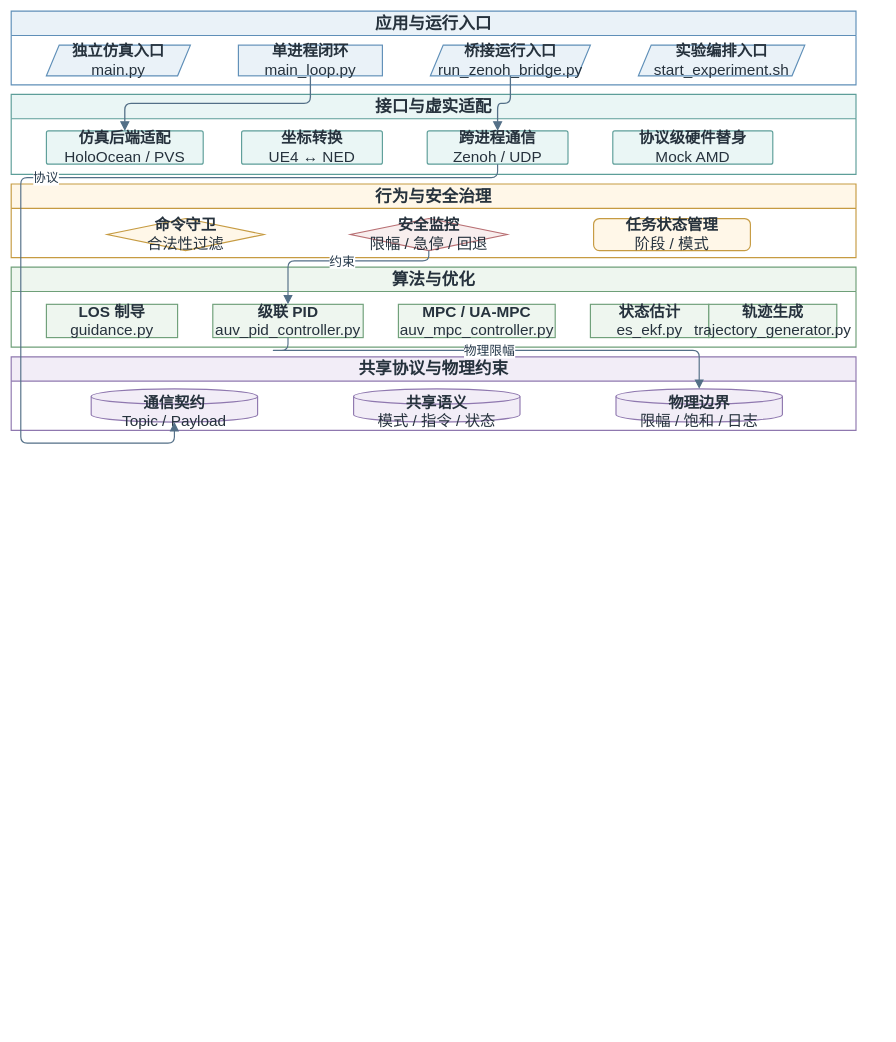
Above: thesis/figures/architecture/auv_code_layer_architecture.drawio in 360ZMEM/AUV-Master-Mag (draw.io), before the change. Source tidied: cells renumbered, new cells numbered last; positions are measured from the earlier drawing's top-left corner, leaving out a move shared by most shapes. Both pictures are drawn from the tidied source at 64%, with x=0, y=0 at pixel (11, 11).
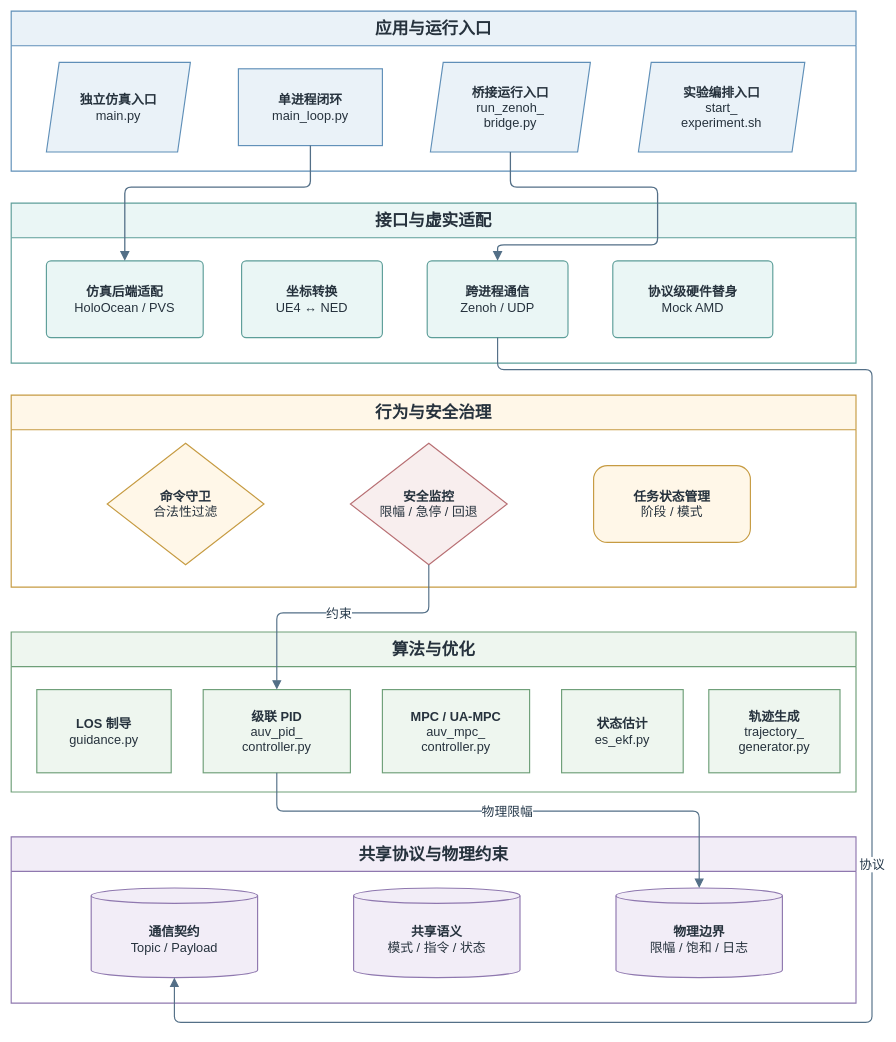
The same page after the edit.

Change to the diagram source:
```diff
@@
-    <mxCell id="2" value="应用与运行入口" style="swimlane;whiteSpace=wrap;html=1;startSize=38;rounded=0;fillColor=#EAF2F8;strokeColor=#5F8FB8;strokeWidth=1.8;fontFamily=Songti SC;fontSize=26;fontStyle=1;fontColor=#26323D;" parent="1" vertex="1">
-      <mxGeometry width="1320" height="115" as="geometry" />
+    <mxCell id="2" value="应用与运行入口" style="swimlane;whiteSpace=wrap;html=1;startSize=54;rounded=0;fillColor=#EAF2F8;strokeColor=#5F8FB8;strokeWidth=1.8;fontFamily=Songti SC;fontSize=26;fontStyle=1;fontColor=#26323D;" parent="1" vertex="1">
+      <mxGeometry width="1320" height="250" as="geometry" />
     </mxCell>
-    <mxCell id="3" value="接口与虚实适配" style="swimlane;whiteSpace=wrap;html=1;startSize=38;rounded=0;fillColor=#EAF6F5;strokeColor=#5D9E99;strokeWidth=1.8;fontFamily=Songti SC;fontSize=26;fontStyle=1;fontColor=#26323D;" parent="1" vertex="1">
-      <mxGeometry y="130" width="1320" height="125" as="geometry" />
+    <mxCell id="3" value="接口与虚实适配" style="swimlane;whiteSpace=wrap;html=1;startSize=54;rounded=0;fillColor=#EAF6F5;strokeColor=#5D9E99;strokeWidth=1.8;fontFamily=Songti SC;fontSize=26;fontStyle=1;fontColor=#26323D;" parent="1" vertex="1">
+      <mxGeometry y="300" width="1320" height="250" as="geometry" />
     </mxCell>
-    <mxCell id="4" value="行为与安全治理" style="swimlane;whiteSpace=wrap;html=1;startSize=38;rounded=0;fillColor=#FFF7E8;strokeColor=#C69B42;strokeWidth=1.8;fontFamily=Songti SC;fontSize=26;fontStyle=1;fontColor=#26323D;" parent="1" vertex="1">
-      <mxGeometry y="270" width="1320" height="115" as="geometry" />
+    <mxCell id="4" value="行为与安全治理" style="swimlane;whiteSpace=wrap;html=1;startSize=54;rounded=0;fillColor=#FFF7E8;strokeColor=#C69B42;strokeWidth=1.8;fontFamily=Songti SC;fontSize=26;fontStyle=1;fontColor=#26323D;" parent="1" vertex="1">
+      <mxGeometry y="600" width="1320" height="300" as="geometry" />
     </mxCell>
-    <mxCell id="5" value="算法与优化" style="swimlane;whiteSpace=wrap;html=1;startSize=38;rounded=0;fillColor=#EEF6EF;strokeColor=#6E9F78;strokeWidth=1.8;fontFamily=Songti SC;fontSize=26;fontStyle=1;fontColor=#26323D;" parent="1" vertex="1">
-      <mxGeometry y="400" width="1320" height="125" as="geometry" />
+    <mxCell id="5" value="算法与优化" style="swimlane;whiteSpace=wrap;html=1;startSize=54;rounded=0;fillColor=#EEF6EF;strokeColor=#6E9F78;strokeWidth=1.8;fontFamily=Songti SC;fontSize=26;fontStyle=1;fontColor=#26323D;" parent="1" vertex="1">
+      <mxGeometry y="970" width="1320" height="250" as="geometry" />
     </mxCell>
-    <mxCell id="6" value="共享协议与物理约束" style="swimlane;whiteSpace=wrap;html=1;startSize=38;rounded=0;fillColor=#F2EDF7;strokeColor=#8F78AF;strokeWidth=1.8;fontFamily=Songti SC;fontSize=26;fontStyle=1;fontColor=#26323D;" parent="1" vertex="1">
-      <mxGeometry y="540" width="1320" height="115" as="geometry" />
+    <mxCell id="6" value="共享协议与物理约束" style="swimlane;whiteSpace=wrap;html=1;startSize=54;rounded=0;fillColor=#F2EDF7;strokeColor=#8F78AF;strokeWidth=1.8;fontFamily=Songti SC;fontSize=26;fontStyle=1;fontColor=#26323D;" parent="1" vertex="1">
+      <mxGeometry y="1290" width="1320" height="260" as="geometry" />
     </mxCell>
-    <mxCell id="7" value="&lt;b&gt;独立仿真入口&lt;/b&gt;&lt;br&gt;main.py" style="shape=parallelogram;perimeter=parallelogramPerimeter;fixedSize=1;whiteSpace=wrap;html=1;align=center;verticalAlign=middle;fillColor=#EAF2F8;strokeColor=#5F8FB8;strokeWidth=1.8;spacing=8;fontFamily=Songti SC;fontSize=24;fontColor=#26323D;" parent="2" vertex="1">
-      <mxGeometry x="55" y="53" width="225" height="48" as="geometry" />
+    <mxCell id="7" value="&lt;b&gt;独立仿真入口&lt;/b&gt;&lt;br&gt;main.py" style="shape=parallelogram;perimeter=parallelogramPerimeter;fixedSize=1;whiteSpace=wrap;html=1;align=center;verticalAlign=middle;fillColor=#EAF2F8;strokeColor=#5F8FB8;strokeWidth=1.8;spacing=8;fontFamily=Songti SC;fontSize=24;fontColor=#26323D;fontSize=20;" parent="2" vertex="1">
+      <mxGeometry x="55" y="80" width="225" height="140" as="geometry" />
     </mxCell>
-    <mxCell id="8" value="&lt;b&gt;单进程闭环&lt;/b&gt;&lt;br&gt;main_loop.py" style="rounded=0;whiteSpace=wrap;html=1;align=center;verticalAlign=middle;fillColor=#EAF2F8;strokeColor=#5F8FB8;strokeWidth=1.8;spacing=8;fontFamily=Songti SC;fontSize=24;fontColor=#26323D;" parent="2" vertex="1">
-      <mxGeometry x="355" y="53" width="225" height="48" as="geometry" />
+    <mxCell id="8" value="&lt;b&gt;单进程闭环&lt;/b&gt;&lt;br&gt;main_loop.py" style="rounded=0;whiteSpace=wrap;html=1;align=center;verticalAlign=middle;fillColor=#EAF2F8;strokeColor=#5F8FB8;strokeWidth=1.8;spacing=8;fontFamily=Songti SC;fontSize=24;fontColor=#26323D;fontSize=20;" parent="2" vertex="1">
+      <mxGeometry x="355" y="90" width="225" height="120" as="geometry" />
     </mxCell>
-    <mxCell id="9" value="&lt;b&gt;桥接运行入口&lt;/b&gt;&lt;br&gt;run_zenoh_bridge.py" style="shape=parallelogram;perimeter=parallelogramPerimeter;fixedSize=1;whiteSpace=wrap;html=1;align=center;verticalAlign=middle;fillColor=#EAF2F8;strokeColor=#5F8FB8;strokeWidth=1.8;spacing=8;fontFamily=Songti SC;fontSize=24;fontColor=#26323D;" parent="2" vertex="1">
-      <mxGeometry x="655" y="53" width="250" height="48" as="geometry" />
+    <mxCell id="9" value="&lt;b&gt;桥接运行入口&lt;/b&gt;&lt;br&gt;run_zenoh_&lt;br&gt;bridge.py" style="shape=parallelogram;perimeter=parallelogramPerimeter;fixedSize=1;whiteSpace=wrap;html=1;align=center;verticalAlign=middle;fillColor=#EAF2F8;strokeColor=#5F8FB8;strokeWidth=1.8;spacing=8;fontFamily=Songti SC;fontSize=24;fontColor=#26323D;fontSize=20;" parent="2" vertex="1">
+      <mxGeometry x="655" y="80" width="250" height="140" as="geometry" />
     </mxCell>
-    <mxCell id="10" value="&lt;b&gt;实验编排入口&lt;/b&gt;&lt;br&gt;start_experiment.sh" style="shape=parallelogram;perimeter=parallelogramPerimeter;fixedSize=1;whiteSpace=wrap;html=1;align=center;verticalAlign=middle;fillColor=#EAF2F8;strokeColor=#5F8FB8;strokeWidth=1.8;spacing=8;fontFamily=Songti SC;fontSize=24;fontColor=#26323D;" parent="2" vertex="1">
-      <mxGeometry x="980" y="53" width="260" height="48" as="geometry" />
+    <mxCell id="10" value="&lt;b&gt;实验编排入口&lt;/b&gt;&lt;br&gt;start_&lt;br&gt;experiment.sh" style="shape=parallelogram;perimeter=parallelogramPerimeter;fixedSize=1;whiteSpace=wrap;html=1;align=center;verticalAlign=middle;fillColor=#EAF2F8;strokeColor=#5F8FB8;strokeWidth=1.8;spacing=8;fontFamily=Songti SC;fontSize=24;fontColor=#26323D;fontSize=20;" parent="2" vertex="1">
+      <mxGeometry x="980" y="80" width="260" height="140" as="geometry" />
     </mxCell>
-    <mxCell id="11" value="&lt;b&gt;仿真后端适配&lt;/b&gt;&lt;br&gt;HoloOcean / PVS" style="rounded=1;arcSize=6;whiteSpace=wrap;html=1;align=center;verticalAlign=middle;fillColor=#EAF6F5;strokeColor=#5D9E99;strokeWidth=1.8;spacing=8;fontFamily=Songti SC;fontSize=24;fontColor=#26323D;" parent="3" vertex="1">
-      <mxGeometry x="55" y="57" width="245" height="52" as="geometry" />
+    <mxCell id="11" value="&lt;b&gt;仿真后端适配&lt;/b&gt;&lt;br&gt;HoloOcean / PVS" style="rounded=1;arcSize=6;whiteSpace=wrap;html=1;align=center;verticalAlign=middle;fillColor=#EAF6F5;strokeColor=#5D9E99;strokeWidth=1.8;spacing=8;fontFamily=Songti SC;fontSize=24;fontColor=#26323D;fontSize=20;" parent="3" vertex="1">
+      <mxGeometry x="55" y="90" width="245" height="120" as="geometry" />
     </mxCell>
-    <mxCell id="12" value="&lt;b&gt;坐标转换&lt;/b&gt;&lt;br&gt;UE4 ↔ NED" style="rounded=1;arcSize=6;whiteSpace=wrap;html=1;align=center;verticalAlign=middle;fillColor=#EAF6F5;strokeColor=#5D9E99;strokeWidth=1.8;spacing=8;fontFamily=Songti SC;fontSize=24;fontColor=#26323D;" parent="3" vertex="1">
-      <mxGeometry x="360" y="57" width="220" height="52" as="geometry" />
+    <mxCell id="12" value="&lt;b&gt;坐标转换&lt;/b&gt;&lt;br&gt;UE4 ↔ NED" style="rounded=1;arcSize=6;whiteSpace=wrap;html=1;align=center;verticalAlign=middle;fillColor=#EAF6F5;strokeColor=#5D9E99;strokeWidth=1.8;spacing=8;fontFamily=Songti SC;fontSize=24;fontColor=#26323D;fontSize=20;" parent="3" vertex="1">
+      <mxGeometry x="360" y="90" width="220" height="120" as="geometry" />
     </mxCell>
-    <mxCell id="13" value="&lt;b&gt;跨进程通信&lt;/b&gt;&lt;br&gt;Zenoh / UDP" style="rounded=1;arcSize=6;whiteSpace=wrap;html=1;align=center;verticalAlign=middle;fillColor=#EAF6F5;strokeColor=#5D9E99;strokeWidth=1.8;spacing=8;fontFamily=Songti SC;fontSize=24;fontColor=#26323D;" parent="3" vertex="1">
-      <mxGeometry x="650" y="57" width="220" height="52" as="geometry" />
+    <mxCell id="13" value="&lt;b&gt;跨进程通信&lt;/b&gt;&lt;br&gt;Zenoh / UDP" style="rounded=1;arcSize=6;whiteSpace=wrap;html=1;align=center;verticalAlign=middle;fillColor=#EAF6F5;strokeColor=#5D9E99;strokeWidth=1.8;spacing=8;fontFamily=Songti SC;fontSize=24;fontColor=#26323D;fontSize=20;" parent="3" vertex="1">
+      <mxGeometry x="650" y="90" width="220" height="120" as="geometry" />
     </mxCell>
-    <mxCell id="14" value="&lt;b&gt;协议级硬件替身&lt;/b&gt;&lt;br&gt;Mock AMD" style="rounded=1;arcSize=6;whiteSpace=wrap;html=1;align=center;verticalAlign=middle;fillColor=#EAF6F5;strokeColor=#5D9E99;strokeWidth=1.8;spacing=8;fontFamily=Songti SC;fontSize=24;fontColor=#26323D;" parent="3" vertex="1">
-      <mxGeometry x="940" y="57" width="250" height="52" as="geometry" />
+    <mxCell id="14" value="&lt;b&gt;协议级硬件替身&lt;/b&gt;&lt;br&gt;Mock AMD" style="rounded=1;arcSize=6;whiteSpace=wrap;html=1;align=center;verticalAlign=middle;fillColor=#EAF6F5;strokeColor=#5D9E99;strokeWidth=1.8;spacing=8;fontFamily=Songti SC;fontSize=24;fontColor=#26323D;fontSize=20;" parent="3" vertex="1">
+      <mxGeometry x="940" y="90" width="250" height="120" as="geometry" />
     </mxCell>
-    <mxCell id="15" value="&lt;b&gt;命令守卫&lt;/b&gt;&lt;br&gt;合法性过滤" style="rhombus;whiteSpace=wrap;html=1;align=center;verticalAlign=middle;fillColor=#FFF7E8;strokeColor=#C69B42;strokeWidth=1.8;spacing=8;fontFamily=Songti SC;fontSize=24;fontColor=#26323D;" parent="4" vertex="1">
-      <mxGeometry x="150" y="54" width="245" height="50" as="geometry" />
+    <mxCell id="15" value="&lt;b&gt;命令守卫&lt;/b&gt;&lt;br&gt;合法性过滤" style="rhombus;whiteSpace=wrap;html=1;align=center;verticalAlign=middle;fillColor=#FFF7E8;strokeColor=#C69B42;strokeWidth=1.8;spacing=8;fontFamily=Songti SC;fontSize=24;fontColor=#26323D;fontSize=20;" parent="4" vertex="1">
+      <mxGeometry x="150" y="75" width="245" height="190" as="geometry" />
     </mxCell>
-    <mxCell id="16" value="&lt;b&gt;安全监控&lt;/b&gt;&lt;br&gt;限幅 / 急停 / 回退" style="rhombus;whiteSpace=wrap;html=1;align=center;verticalAlign=middle;fillColor=#F8EEEE;strokeColor=#B86F73;strokeWidth=1.8;spacing=8;fontFamily=Songti SC;fontSize=24;fontColor=#26323D;" parent="4" vertex="1">
-      <mxGeometry x="530" y="54" width="245" height="50" as="geometry" />
+    <mxCell id="16" value="&lt;b&gt;安全监控&lt;/b&gt;&lt;br&gt;限幅 / 急停 / 回退" style="rhombus;whiteSpace=wrap;html=1;align=center;verticalAlign=middle;fillColor=#F8EEEE;strokeColor=#B86F73;strokeWidth=1.8;spacing=8;fontFamily=Songti SC;fontSize=24;fontColor=#26323D;fontSize=20;" parent="4" vertex="1">
+      <mxGeometry x="530" y="75" width="245" height="190" as="geometry" />
     </mxCell>
-    <mxCell id="17" value="&lt;b&gt;任务状态管理&lt;/b&gt;&lt;br&gt;阶段 / 模式" style="rounded=1;arcSize=18;whiteSpace=wrap;html=1;align=center;verticalAlign=middle;fillColor=#FFF7E8;strokeColor=#C69B42;strokeWidth=1.8;spacing=8;fontFamily=Songti SC;fontSize=24;fontColor=#26323D;" parent="4" vertex="1">
-      <mxGeometry x="910" y="54" width="245" height="50" as="geometry" />
+    <mxCell id="17" value="&lt;b&gt;任务状态管理&lt;/b&gt;&lt;br&gt;阶段 / 模式" style="rounded=1;arcSize=18;whiteSpace=wrap;html=1;align=center;verticalAlign=middle;fillColor=#FFF7E8;strokeColor=#C69B42;strokeWidth=1.8;spacing=8;fontFamily=Songti SC;fontSize=24;fontColor=#26323D;fontSize=20;" parent="4" vertex="1">
+      <mxGeometry x="910" y="110" width="245" height="120" as="geometry" />
     </mxCell>
-    <mxCell id="18" value="&lt;b&gt;LOS 制导&lt;/b&gt;&lt;br&gt;guidance.py" style="rounded=0;whiteSpace=wrap;html=1;align=center;verticalAlign=middle;fillColor=#EEF6EF;strokeColor=#6E9F78;strokeWidth=1.8;spacing=8;fontFamily=Songti SC;fontSize=24;fontColor=#26323D;" parent="5" vertex="1">
-      <mxGeometry x="55" y="58" width="205" height="52" as="geometry" />
+    <mxCell id="18" value="&lt;b&gt;LOS 制导&lt;/b&gt;&lt;br&gt;guidance.py" style="rounded=0;whiteSpace=wrap;html=1;align=center;verticalAlign=middle;fillColor=#EEF6EF;strokeColor=#6E9F78;strokeWidth=1.8;spacing=8;fontFamily=Songti SC;fontSize=24;fontColor=#26323D;fontSize=20;" parent="5" vertex="1">
+      <mxGeometry x="40" y="90" width="210" height="130" as="geometry" />
     </mxCell>
-    <mxCell id="19" value="&lt;b&gt;级联 PID&lt;/b&gt;&lt;br&gt;auv_pid_controller.py" style="rounded=0;whiteSpace=wrap;html=1;align=center;verticalAlign=middle;fillColor=#EEF6EF;strokeColor=#6E9F78;strokeWidth=1.8;spacing=8;fontFamily=Songti SC;fontSize=24;fontColor=#26323D;" parent="5" vertex="1">
-      <mxGeometry x="315" y="58" width="235" height="52" as="geometry" />
+    <mxCell id="19" value="&lt;b&gt;级联 PID&lt;/b&gt;&lt;br&gt;auv_pid_&lt;br&gt;controller.py" style="rounded=0;whiteSpace=wrap;html=1;align=center;verticalAlign=middle;fillColor=#EEF6EF;strokeColor=#6E9F78;strokeWidth=1.8;spacing=8;fontFamily=Songti SC;fontSize=24;fontColor=#26323D;fontSize=20;" parent="5" vertex="1">
+      <mxGeometry x="300" y="90" width="230" height="130" as="geometry" />
     </mxCell>
-    <mxCell id="20" value="&lt;b&gt;MPC / UA-MPC&lt;/b&gt;&lt;br&gt;auv_mpc_controller.py" style="rounded=0;whiteSpace=wrap;html=1;align=center;verticalAlign=middle;fillColor=#EEF6EF;strokeColor=#6E9F78;strokeWidth=1.8;spacing=8;fontFamily=Songti SC;fontSize=24;fontColor=#26323D;" parent="5" vertex="1">
-      <mxGeometry x="605" y="58" width="245" height="52" as="geometry" />
+    <mxCell id="20" value="&lt;b&gt;MPC / UA-MPC&lt;/b&gt;&lt;br&gt;auv_mpc_&lt;br&gt;controller.py" style="rounded=0;whiteSpace=wrap;html=1;align=center;verticalAlign=middle;fillColor=#EEF6EF;strokeColor=#6E9F78;strokeWidth=1.8;spacing=8;fontFamily=Songti SC;fontSize=24;fontColor=#26323D;fontSize=20;" parent="5" vertex="1">
+      <mxGeometry x="580" y="90" width="230" height="130" as="geometry" />
     </mxCell>
-    <mxCell id="21" value="&lt;b&gt;状态估计&lt;/b&gt;&lt;br&gt;es_ekf.py" style="rounded=0;whiteSpace=wrap;html=1;align=center;verticalAlign=middle;fillColor=#EEF6EF;strokeColor=#6E9F78;strokeWidth=1.8;spacing=8;fontFamily=Songti SC;fontSize=24;fontColor=#26323D;" parent="5" vertex="1">
-      <mxGeometry x="905" y="58" width="185" height="52" as="geometry" />
+    <mxCell id="21" value="&lt;b&gt;状态估计&lt;/b&gt;&lt;br&gt;es_ekf.py" style="rounded=0;whiteSpace=wrap;html=1;align=center;verticalAlign=middle;fillColor=#EEF6EF;strokeColor=#6E9F78;strokeWidth=1.8;spacing=8;fontFamily=Songti SC;fontSize=24;fontColor=#26323D;fontSize=20;" parent="5" vertex="1">
+      <mxGeometry x="860" y="90" width="190" height="130" as="geometry" />
     </mxCell>
-    <mxCell id="22" value="&lt;b&gt;轨迹生成&lt;/b&gt;&lt;br&gt;trajectory_generator.py" style="rounded=0;whiteSpace=wrap;html=1;align=center;verticalAlign=middle;fillColor=#EEF6EF;strokeColor=#6E9F78;strokeWidth=1.8;spacing=8;fontFamily=Songti SC;fontSize=24;fontColor=#26323D;" parent="5" vertex="1">
-      <mxGeometry x="1090" y="58" width="200" height="52" as="geometry" />
+    <mxCell id="22" value="&lt;b&gt;轨迹生成&lt;/b&gt;&lt;br&gt;trajectory_&lt;br&gt;generator.py" style="rounded=0;whiteSpace=wrap;html=1;align=center;verticalAlign=middle;fillColor=#EEF6EF;strokeColor=#6E9F78;strokeWidth=1.8;spacing=8;fontFamily=Songti SC;fontSize=24;fontColor=#26323D;fontSize=20;" parent="5" vertex="1">
+      <mxGeometry x="1090" y="90" width="205" height="130" as="geometry" />
     </mxCell>
-    <mxCell id="23" value="&lt;b&gt;通信契约&lt;/b&gt;&lt;br&gt;Topic / Payload" style="shape=cylinder3;boundedLbl=1;backgroundOutline=1;size=12;whiteSpace=wrap;html=1;align=center;verticalAlign=middle;fillColor=#F2EDF7;strokeColor=#8F78AF;strokeWidth=1.8;spacing=8;fontFamily=Songti SC;fontSize=24;fontColor=#26323D;" parent="6" vertex="1">
-      <mxGeometry x="125" y="50" width="260" height="52" as="geometry" />
+    <mxCell id="23" value="&lt;b&gt;通信契约&lt;/b&gt;&lt;br&gt;Topic / Payload" style="shape=cylinder3;boundedLbl=1;backgroundOutline=1;size=12;whiteSpace=wrap;html=1;align=center;verticalAlign=middle;fillColor=#F2EDF7;strokeColor=#8F78AF;strokeWidth=1.8;spacing=8;fontFamily=Songti SC;fontSize=24;fontColor=#26323D;fontSize=20;" parent="6" vertex="1">
+      <mxGeometry x="125" y="80" width="260" height="140" as="geometry" />
     </mxCell>
-    <mxCell id="24" value="&lt;b&gt;共享语义&lt;/b&gt;&lt;br&gt;模式 / 指令 / 状态" style="shape=cylinder3;boundedLbl=1;backgroundOutline=1;size=12;whiteSpace=wrap;html=1;align=center;verticalAlign=middle;fillColor=#F2EDF7;strokeColor=#8F78AF;strokeWidth=1.8;spacing=8;fontFamily=Songti SC;fontSize=24;fontColor=#26323D;" parent="6" vertex="1">
-      <mxGeometry x="535" y="50" width="260" height="52" as="geometry" />
+    <mxCell id="24" value="&lt;b&gt;共享语义&lt;/b&gt;&lt;br&gt;模式 / 指令 / 状态" style="shape=cylinder3;boundedLbl=1;backgroundOutline=1;size=12;whiteSpace=wrap;html=1;align=center;verticalAlign=middle;fillColor=#F2EDF7;strokeColor=#8F78AF;strokeWidth=1.8;spacing=8;fontFamily=Songti SC;fontSize=24;fontColor=#26323D;fontSize=20;" parent="6" vertex="1">
+      <mxGeometry x="535" y="80" width="260" height="140" as="geometry" />
     </mxCell>
-    <mxCell id="25" value="&lt;b&gt;物理边界&lt;/b&gt;&lt;br&gt;限幅 / 饱和 / 日志" style="shape=cylinder3;boundedLbl=1;backgroundOutline=1;size=12;whiteSpace=wrap;html=1;align=center;verticalAlign=middle;fillColor=#F2EDF7;strokeColor=#8F78AF;strokeWidth=1.8;spacing=8;fontFamily=Songti SC;fontSize=24;fontColor=#26323D;" parent="6" vertex="1">
-      <mxGeometry x="945" y="50" width="260" height="52" as="geometry" />
+    <mxCell id="25" value="&lt;b&gt;物理边界&lt;/b&gt;&lt;br&gt;限幅 / 饱和 / 日志" style="shape=cylinder3;boundedLbl=1;backgroundOutline=1;size=12;whiteSpace=wrap;html=1;align=center;verticalAlign=middle;fillColor=#F2EDF7;strokeColor=#8F78AF;strokeWidth=1.8;spacing=8;fontFamily=Songti SC;fontSize=24;fontColor=#26323D;fontSize=20;" parent="6" vertex="1">
+      <mxGeometry x="945" y="80" width="260" height="140" as="geometry" />
     </mxCell>
     <mxCell id="26" style="edgeStyle=orthogonalEdgeStyle;rounded=1;jettySize=auto;html=1;strokeColor=#536F87;strokeWidth=2.0;fontFamily=Songti SC;fontSize=20;fontStyle=1;fontColor=#25384A;labelBackgroundColor=#FFFFFF;labelBorderColor=none;endArrow=block;endFill=1;endSize=10;exitX=0.5;exitY=1;entryX=0.5;entryY=0;" parent="1" edge="1" source="8" target="11">
-      <mxGeometry relative="1" as="geometry" />
+      <mxGeometry relative="1" as="geometry">
+        <Array as="points">
+          <mxPoint x="467.5" y="275" />
+          <mxPoint x="177.5" y="275" />
+        </Array>
+      </mxGeometry>
     </mxCell>
     <mxCell id="27" style="edgeStyle=orthogonalEdgeStyle;rounded=1;jettySize=auto;html=1;strokeColor=#536F87;strokeWidth=2.0;fontFamily=Songti SC;fontSize=20;fontStyle=1;fontColor=#25384A;labelBackgroundColor=#FFFFFF;labelBorderColor=none;endArrow=block;endFill=1;endSize=10;exitX=0.5;exitY=1;entryX=0.5;entryY=0;" parent="1" edge="1" source="9" target="13">
-      <mxGeometry relative="1" as="geometry" />
+      <mxGeometry relative="1" as="geometry">
+        <Array as="points">
+          <mxPoint x="780" y="275" />
+          <mxPoint x="1010" y="275" />
+          <mxPoint x="1010" y="365" />
+          <mxPoint x="760" y="365" />
+        </Array>
+      </mxGeometry>
     </mxCell>
     <mxCell id="28" value="协议" style="edgeStyle=orthogonalEdgeStyle;rounded=1;jettySize=auto;html=1;strokeColor=#536F87;strokeWidth=1.8;fontFamily=Songti SC;fontSize=20;fontColor=#25384A;labelBackgroundColor=#FFFFFF;labelBorderColor=none;endArrow=block;endFill=1;endSize=10;exitX=0.5;exitY=1;entryX=0.5;entryY=1;" parent="1" edge="1" source="13" target="23">
       <mxGeometry relative="1" as="geometry">
         <Array as="points">
-          <mxPoint x="760" y="260" />
-          <mxPoint x="15" y="260" />
-          <mxPoint x="15" y="675" />
-          <mxPoint x="255" y="675" />
+          <mxPoint x="760" y="560" />
+          <mxPoint x="1345" y="560" />
+          <mxPoint x="1345" y="1580" />
+          <mxPoint x="255" y="1580" />
         </Array>
       </mxGeometry>
     </mxCell>
     <mxCell id="29" value="约束" style="edgeStyle=orthogonalEdgeStyle;rounded=1;jettySize=auto;html=1;strokeColor=#536F87;strokeWidth=1.8;fontFamily=Songti SC;fontSize=20;fontColor=#25384A;labelBackgroundColor=#FFFFFF;labelBorderColor=none;endArrow=block;endFill=1;endSize=10;exitX=0.5;exitY=1;entryX=0.5;entryY=0;" parent="1" edge="1" source="16" target="19">
       <mxGeometry relative="1" as="geometry">
         <Array as="points">
-          <mxPoint x="620" y="390" />
-          <mxPoint x="405" y="390" />
+          <mxPoint x="652.5" y="940" />
+          <mxPoint x="415" y="940" />
         </Array>
       </mxGeometry>
     </mxCell>
     <mxCell id="30" value="物理限幅" style="edgeStyle=orthogonalEdgeStyle;rounded=1;jettySize=auto;html=1;strokeColor=#536F87;strokeWidth=1.8;fontFamily=Songti SC;fontSize=20;fontColor=#25384A;labelBackgroundColor=#FFFFFF;labelBorderColor=none;endArrow=block;endFill=1;endSize=10;exitX=0.5;exitY=1;entryX=0.5;entryY=0;" parent="1" edge="1" source="19" target="25">
       <mxGeometry relative="1" as="geometry">
         <Array as="points">
-          <mxPoint x="405" y="530" />
-          <mxPoint x="1045" y="530" />
+          <mxPoint x="415" y="1250" />
+          <mxPoint x="1075" y="1250" />
         </Array>
       </mxGeometry>
     </mxCell>
```
